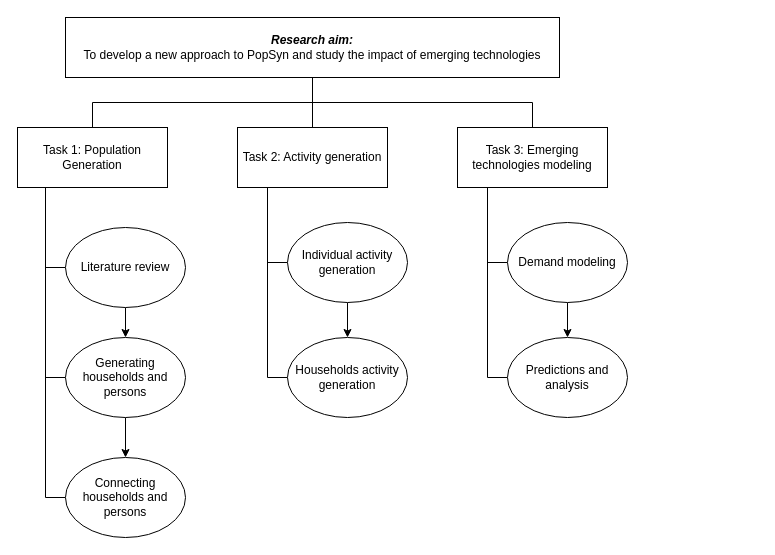
The draw.io diagram simple_BN_learn/Researchaimtask.drawio in bobkatla/PopSyn_Monash, before the edit. Source tidied: cells renumbered, new cells numbered last; positions are measured from the earlier drawing's top-left corner, leaving out a move shared by most shapes. Both pictures are drawn from the tidied source at 100%, with x=0, y=0 at pixel (17, 17).
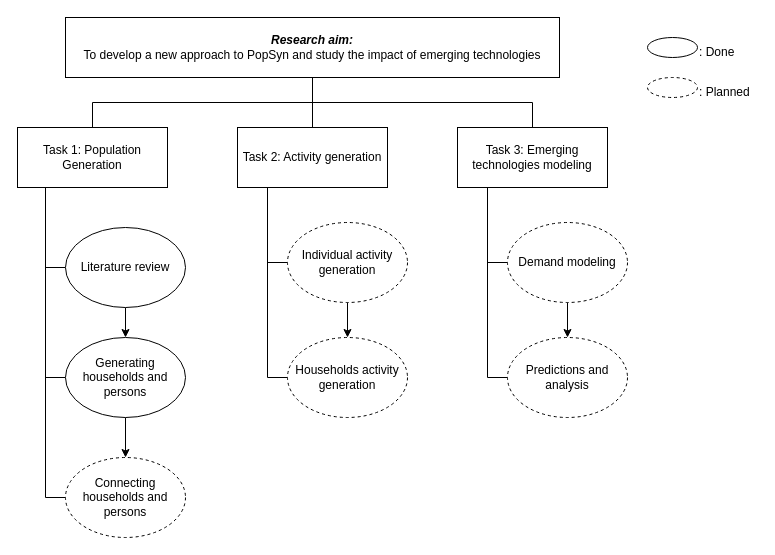
After the change.

The edit, as a diff of the source:
```diff
@@
-    <mxCell id="20" value="Connecting households and persons" style="ellipse;whiteSpace=wrap;html=1;" parent="1" vertex="1">
+    <mxCell id="20" value="Connecting households and persons" style="ellipse;whiteSpace=wrap;html=1;dashed=1;" parent="1" vertex="1">
       <mxGeometry x="48" y="440" width="120" height="80" as="geometry" />
     </mxCell>
@@
-    <mxCell id="22" value="Individual activity generation" style="ellipse;whiteSpace=wrap;html=1;" parent="1" vertex="1">
+    <mxCell id="22" value="Individual activity generation" style="ellipse;whiteSpace=wrap;html=1;dashed=1;" parent="1" vertex="1">
       <mxGeometry x="270" y="205" width="120" height="80" as="geometry" />
     </mxCell>
-    <mxCell id="23" value="Households activity generation" style="ellipse;whiteSpace=wrap;html=1;" parent="1" vertex="1">
+    <mxCell id="23" value="Households activity generation" style="ellipse;whiteSpace=wrap;html=1;dashed=1;" parent="1" vertex="1">
       <mxGeometry x="270" y="320" width="120" height="80" as="geometry" />
     </mxCell>
@@
-    <mxCell id="25" value="Demand modeling" style="ellipse;whiteSpace=wrap;html=1;" parent="1" vertex="1">
+    <mxCell id="25" value="Demand modeling" style="ellipse;whiteSpace=wrap;html=1;dashed=1;" parent="1" vertex="1">
       <mxGeometry x="490" y="205" width="120" height="80" as="geometry" />
     </mxCell>
-    <mxCell id="26" value="Predictions and analysis" style="ellipse;whiteSpace=wrap;html=1;" parent="1" vertex="1">
+    <mxCell id="26" value="Predictions and analysis" style="ellipse;whiteSpace=wrap;html=1;dashed=1;" parent="1" vertex="1">
       <mxGeometry x="490" y="320" width="120" height="80" as="geometry" />
     </mxCell>
+    <mxCell id="27" style="ellipse;whiteSpace=wrap;html=1;" parent="1" vertex="1">
+      <mxGeometry x="630" y="20" width="50" height="20" as="geometry" />
+    </mxCell>
+    <mxCell id="28" style="ellipse;whiteSpace=wrap;html=1;dashed=1;" parent="1" vertex="1">
+      <mxGeometry x="630" y="60" width="50" height="20" as="geometry" />
+    </mxCell>
+    <mxCell id="29" value=": Planned" style="text;html=1;strokeColor=none;fillColor=none;align=left;verticalAlign=middle;whiteSpace=wrap;rounded=0;" parent="1" vertex="1">
+      <mxGeometry x="680" y="60" width="60" height="30" as="geometry" />
+    </mxCell>
+    <mxCell id="30" value=": Done" style="text;html=1;strokeColor=none;fillColor=none;align=left;verticalAlign=middle;whiteSpace=wrap;rounded=0;" parent="1" vertex="1">
+      <mxGeometry x="680" y="20" width="60" height="30" as="geometry" />
+    </mxCell>
```
